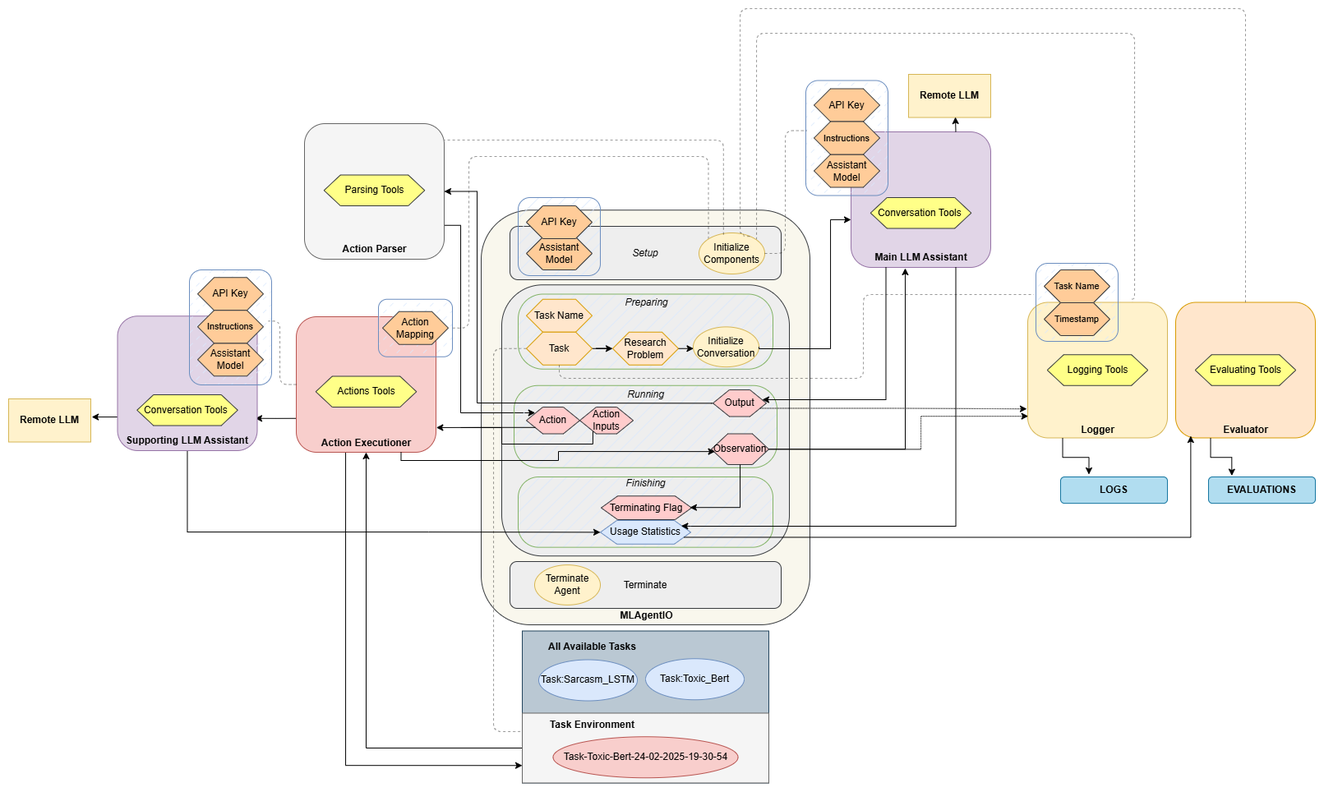
Andrea-444/MLAgentIO keeps this draw.io diagram as metadata/architecture.png. Above is the earlier version. Source tidied: cells renumbered, new cells last; positions are measured from the earlier drawing's top-left corner, leaving out a move shared by most shapes.
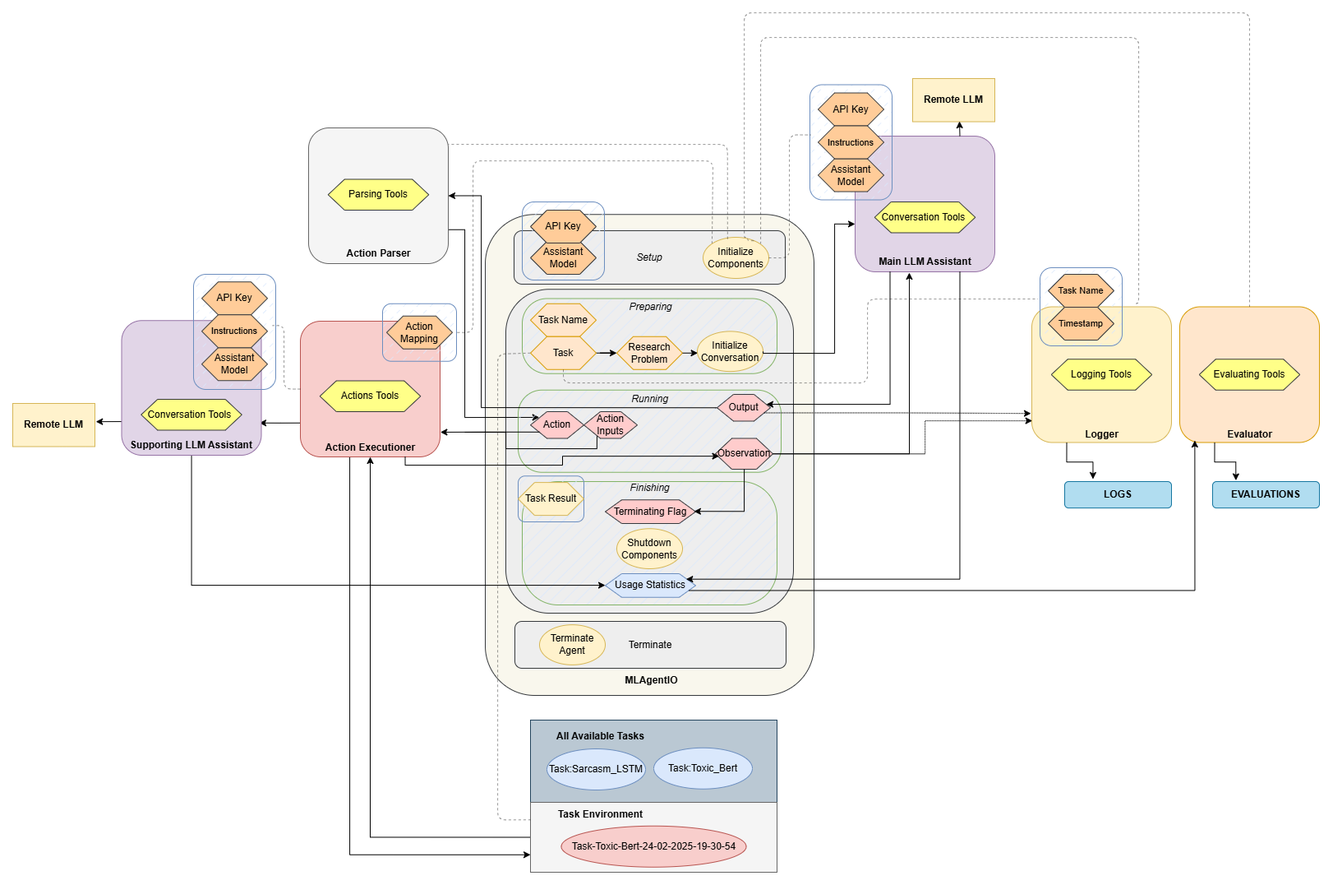
Above is the later version.

Commit message:
Added Documentation, Updated ReadMe.md, Updated main module, Added TaskResult, Updated create_task()

Diff of the diagram source:
```diff
@@ -3,7 +3,7 @@
     <mxCell id="0" />
     <mxCell id="1" parent="0" />
     <mxCell id="2" style="rounded=1;whiteSpace=wrap;html=1;fillColor=#f9f7ed;strokeColor=#36393d;" parent="1" vertex="1">
-      <mxGeometry x="575" y="245.2" width="400" height="504.8" as="geometry" />
+      <mxGeometry x="575" y="245.2" width="400" height="584.8" as="geometry" />
     </mxCell>
     <mxCell id="3" value="&lt;b&gt;Remote LLM&lt;/b&gt;" style="rounded=0;whiteSpace=wrap;html=1;fillColor=#fff2cc;strokeColor=#d6b656;" parent="1" vertex="1">
       <mxGeometry x="1095" y="80" width="100" height="52.5" as="geometry" />
@@ -12,46 +12,46 @@
       <mxGeometry x="1025" y="150" width="170" height="165" as="geometry" />
     </mxCell>
     <mxCell id="5" value="&lt;b&gt;MLAgentIO&lt;/b&gt;" style="text;html=1;align=center;verticalAlign=middle;strokeColor=none;fillColor=none;" parent="1" vertex="1">
-      <mxGeometry x="731" y="724" width="90" height="30" as="geometry" />
+      <mxGeometry x="732" y="797" width="90" height="30" as="geometry" />
     </mxCell>
     <mxCell id="6" value="&lt;b&gt;Main LLM Assistant&lt;/b&gt;" style="text;html=1;align=center;verticalAlign=middle;strokeColor=none;fillColor=none;" parent="1" vertex="1">
       <mxGeometry x="1040" y="288" width="140" height="30" as="geometry" />
     </mxCell>
     <mxCell id="7" style="shape=parallelogram;perimeter=parallelogramPerimeter;whiteSpace=wrap;html=1;fixedSize=1;fillColor=#bac8d3;strokeColor=#23445d;size=-10;" parent="1" vertex="1">
-      <mxGeometry x="625" y="757.5" width="300" height="185" as="geometry" />
+      <mxGeometry x="630" y="860" width="300" height="185" as="geometry" />
     </mxCell>
     <mxCell id="8" value="&lt;b&gt;LOGS&lt;/b&gt;" style="rounded=1;whiteSpace=wrap;html=1;fillColor=#b1ddf0;strokeColor=#10739e;" parent="1" vertex="1">
       <mxGeometry x="1280" y="570" width="130" height="32.1" as="geometry" />
     </mxCell>
     <mxCell id="9" value="Task:Toxic_&lt;span style=&quot;background-color: transparent; color: light-dark(rgb(0, 0, 0), rgb(255, 255, 255));&quot;&gt;Bert&lt;/span&gt;" style="ellipse;whiteSpace=wrap;html=1;fillColor=#dae8fc;strokeColor=#6c8ebf;" parent="1" vertex="1">
-      <mxGeometry x="775" y="791.2" width="120" height="50" as="geometry" />
+      <mxGeometry x="780" y="893.8" width="120" height="50" as="geometry" />
     </mxCell>
     <mxCell id="10" value="Task:Sarcasm_LSTM" style="ellipse;whiteSpace=wrap;html=1;fillColor=#dae8fc;strokeColor=#6c8ebf;" parent="1" vertex="1">
-      <mxGeometry x="645" y="792.5" width="120" height="50" as="geometry" />
+      <mxGeometry x="650" y="895" width="120" height="50" as="geometry" />
     </mxCell>
     <mxCell id="11" style="edgeStyle=orthogonalEdgeStyle;rounded=0;jettySize=auto;html=1;exitX=0;exitY=0.5;exitDx=0;exitDy=0;entryX=0.5;entryY=1;entryDx=0;entryDy=0;" parent="1" edge="1" source="12" target="31">
       <mxGeometry relative="1" as="geometry" />
     </mxCell>
     <mxCell id="12" style="shape=parallelogram;perimeter=parallelogramPerimeter;whiteSpace=wrap;html=1;fixedSize=1;size=-10;fillColor=#f5f5f5;fontColor=#333333;strokeColor=#666666;" parent="1" vertex="1">
-      <mxGeometry x="625" y="857.5" width="300" height="85" as="geometry" />
+      <mxGeometry x="630" y="960" width="300" height="85" as="geometry" />
     </mxCell>
     <mxCell id="13" value="&lt;b&gt;All Available Tasks&lt;/b&gt;" style="text;html=1;align=center;verticalAlign=middle;strokeColor=none;fillColor=none;" parent="1" vertex="1">
-      <mxGeometry x="645" y="762.5" width="130" height="30" as="geometry" />
+      <mxGeometry x="650" y="865" width="130" height="30" as="geometry" />
     </mxCell>
     <mxCell id="14" value="&lt;b&gt;Task&lt;/b&gt;&lt;b style=&quot;background-color: transparent; color: light-dark(rgb(0, 0, 0), rgb(255, 255, 255));&quot;&gt;&amp;nbsp;Environment&lt;/b&gt;" style="text;html=1;align=center;verticalAlign=middle;strokeColor=none;fillColor=none;" parent="1" vertex="1">
-      <mxGeometry x="645" y="857.5" width="130" height="30" as="geometry" />
+      <mxGeometry x="650" y="960" width="130" height="30" as="geometry" />
     </mxCell>
     <mxCell id="15" value="Task-Toxic-Bert-24-02-2025-19-30-54" style="ellipse;whiteSpace=wrap;html=1;fillColor=#f8cecc;strokeColor=#b85450;fillStyle=solid;" parent="1" vertex="1">
-      <mxGeometry x="662.5" y="886.2" width="225" height="50" as="geometry" />
+      <mxGeometry x="667.5" y="988.8" width="225" height="50" as="geometry" />
     </mxCell>
     <mxCell id="16" value="&lt;i&gt;Setup&lt;/i&gt;" style="rounded=1;whiteSpace=wrap;html=1;fillColor=#eeeeee;strokeColor=#36393d;" parent="1" vertex="1">
       <mxGeometry x="610" y="265" width="330" height="65" as="geometry" />
     </mxCell>
     <mxCell id="17" style="rounded=1;whiteSpace=wrap;html=1;fillColor=#eeeeee;strokeColor=#36393d;" parent="1" vertex="1">
-      <mxGeometry x="600" y="336.2" width="350" height="330" as="geometry" />
+      <mxGeometry x="600" y="336.2" width="350" height="393.8" as="geometry" />
     </mxCell>
     <mxCell id="18" value="Terminate" style="rounded=1;whiteSpace=wrap;html=1;fillColor=#eeeeee;strokeColor=#36393d;" parent="1" vertex="1">
-      <mxGeometry x="610" y="673" width="330" height="57" as="geometry" />
+      <mxGeometry x="611" y="740" width="330" height="57" as="geometry" />
     </mxCell>
     <mxCell id="19" style="rounded=1;whiteSpace=wrap;html=1;fillColor=#dae8fc;strokeColor=#6c8ebf;fillStyle=hatch;glass=0;shadow=0;" parent="1" vertex="1">
       <mxGeometry x="620" y="230" width="100" height="95" as="geometry" />
@@ -78,9 +78,8 @@
     <mxCell id="22" style="edgeStyle=orthogonalEdgeStyle;rounded=1;jettySize=auto;html=1;exitX=0;exitY=0.5;exitDx=0;exitDy=0;entryX=0;entryY=0.25;entryDx=0;entryDy=0;dashed=1;endArrow=none;startFill=0;opacity=40;curved=0;" parent="1" edge="1" source="73" target="12">
       <mxGeometry relative="1" as="geometry">
         <Array as="points">
-          <mxPoint x="590" y="414" />
-          <mxPoint x="590" y="880" />
-          <mxPoint x="625" y="880" />
+          <mxPoint x="590" y="415" />
+          <mxPoint x="590" y="982" />
         </Array>
       </mxGeometry>
     </mxCell>
@@ -115,7 +114,7 @@
     <mxCell id="30" style="edgeStyle=orthogonalEdgeStyle;rounded=0;jettySize=auto;html=1;entryX=0;entryY=0.75;entryDx=0;entryDy=0;" parent="1" edge="1" source="31" target="12">
       <mxGeometry relative="1" as="geometry">
         <Array as="points">
-          <mxPoint x="410" y="921" />
+          <mxPoint x="410" y="1024" />
         </Array>
       </mxGeometry>
     </mxCell>
@@ -323,13 +322,13 @@
       <mxGeometry x="395" y="278" width="100" height="30" as="geometry" />
     </mxCell>
     <mxCell id="82" style="rounded=1;whiteSpace=wrap;html=1;fillColor=#d5e8d4;strokeColor=#82b366;fillStyle=hatch;arcSize=29;" parent="1" vertex="1">
-      <mxGeometry x="620" y="570" width="310" height="85.7" as="geometry" />
+      <mxGeometry x="620" y="570" width="310" height="150" as="geometry" />
     </mxCell>
     <mxCell id="83" value="Terminating Flag" style="shape=hexagon;perimeter=hexagonPerimeter2;whiteSpace=wrap;html=1;fixedSize=1;fillColor=#ffcccc;strokeColor=#36393d;" parent="1" vertex="1">
-      <mxGeometry x="721" y="593.2" width="110" height="28.8" as="geometry" />
+      <mxGeometry x="721" y="592.2" width="110" height="28.8" as="geometry" />
     </mxCell>
     <mxCell id="84" value="Usage Statistics" style="shape=hexagon;perimeter=hexagonPerimeter2;whiteSpace=wrap;html=1;fixedSize=1;fillColor=#dae8fc;strokeColor=#6c8ebf;" parent="1" vertex="1">
-      <mxGeometry x="720" y="623" width="110" height="28.8" as="geometry" />
+      <mxGeometry x="721" y="682" width="110" height="28.8" as="geometry" />
     </mxCell>
     <mxCell id="85" value="&lt;span style=&quot;text-wrap-mode: wrap;&quot;&gt;&lt;i&gt;Finishing&lt;/i&gt;&lt;/span&gt;" style="text;html=1;align=center;verticalAlign=middle;strokeColor=none;fillColor=none;" parent="1" vertex="1">
       <mxGeometry x="740" y="563.2" width="70" height="30" as="geometry" />
@@ -344,8 +343,7 @@
     <mxCell id="87" style="edgeStyle=orthogonalEdgeStyle;rounded=0;jettySize=auto;html=1;exitX=0.75;exitY=1;exitDx=0;exitDy=0;entryX=0.894;entryY=0.232;entryDx=0;entryDy=0;entryPerimeter=0;" parent="1" edge="1" source="4" target="84">
       <mxGeometry relative="1" as="geometry">
         <Array as="points">
-          <mxPoint x="1153" y="630" />
-          <mxPoint x="830" y="630" />
+          <mxPoint x="1153" y="689" />
         </Array>
       </mxGeometry>
     </mxCell>
@@ -355,13 +353,13 @@
     <mxCell id="89" style="edgeStyle=orthogonalEdgeStyle;rounded=0;jettySize=auto;html=1;entryX=0;entryY=0.5;entryDx=0;entryDy=0;" parent="1" edge="1" source="94" target="84">
       <mxGeometry relative="1" as="geometry">
         <Array as="points">
-          <mxPoint x="218" y="637" />
-          <mxPoint x="511" y="637" />
+          <mxPoint x="218" y="696" />
+          <mxPoint x="721" y="696" />
         </Array>
       </mxGeometry>
     </mxCell>
     <mxCell id="90" value="Terminate Agent" style="ellipse;whiteSpace=wrap;html=1;fillColor=#fff2cc;strokeColor=#d6b656;" parent="1" vertex="1">
-      <mxGeometry x="640" y="677.1" width="80" height="48.8" as="geometry" />
+      <mxGeometry x="641" y="744.1" width="80" height="48.8" as="geometry" />
     </mxCell>
     <mxCell id="91" style="edgeStyle=orthogonalEdgeStyle;rounded=0;jettySize=auto;html=1;exitX=0.25;exitY=1;exitDx=0;exitDy=0;entryX=0.265;entryY=-0.093;entryDx=0;entryDy=0;entryPerimeter=0;" parent="1" edge="1" source="35" target="8">
       <mxGeometry relative="1" as="geometry" />
@@ -399,5 +397,14 @@
     <mxCell id="100" value="&lt;b&gt;Supporting LLM Assistant&lt;/b&gt;" style="text;html=1;align=center;verticalAlign=middle;strokeColor=none;fillColor=none;" parent="1" vertex="1">
       <mxGeometry x="131.5" y="511.2" width="170" height="30" as="geometry" />
     </mxCell>
+    <mxCell id="101" style="rounded=1;whiteSpace=wrap;html=1;fillColor=#dae8fc;strokeColor=#6c8ebf;fillStyle=hatch;glass=0;shadow=0;" parent="1" vertex="1">
+      <mxGeometry x="615" y="563.2" width="80" height="55.8" as="geometry" />
+    </mxCell>
+    <mxCell id="102" value="Task Result" style="shape=hexagon;perimeter=hexagonPerimeter2;whiteSpace=wrap;html=1;fixedSize=1;fillColor=#fff2cc;strokeColor=#d6b656;" parent="1" vertex="1">
+      <mxGeometry x="615" y="571.1" width="80" height="40" as="geometry" />
+    </mxCell>
+    <mxCell id="103" value="Shutdown Components" style="ellipse;whiteSpace=wrap;html=1;fillColor=#fff2cc;strokeColor=#d6b656;" parent="1" vertex="1">
+      <mxGeometry x="735" y="627.2" width="80" height="48.8" as="geometry" />
+    </mxCell>
   </root>
 </mxGraphModel>
```
